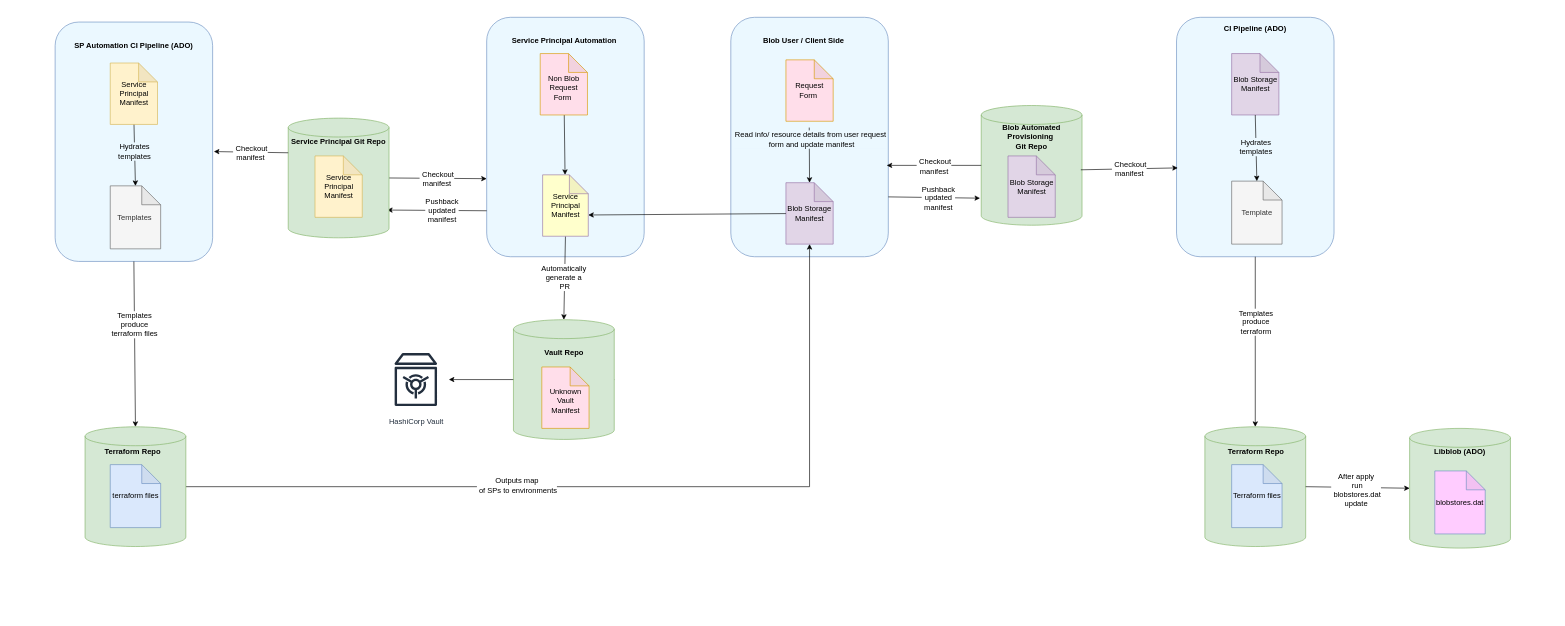
Before: Complete UX Diagram.drawio in brookewhite9/hello-world, a draw.io diagram. Source tidied: cells renumbered, new cells numbered last; positions are measured from the earlier drawing's top-left corner, leaving out a move shared by most shapes. Both pictures are drawn from the tidied source at 63%, with x=0, y=0 at pixel (11, 11).
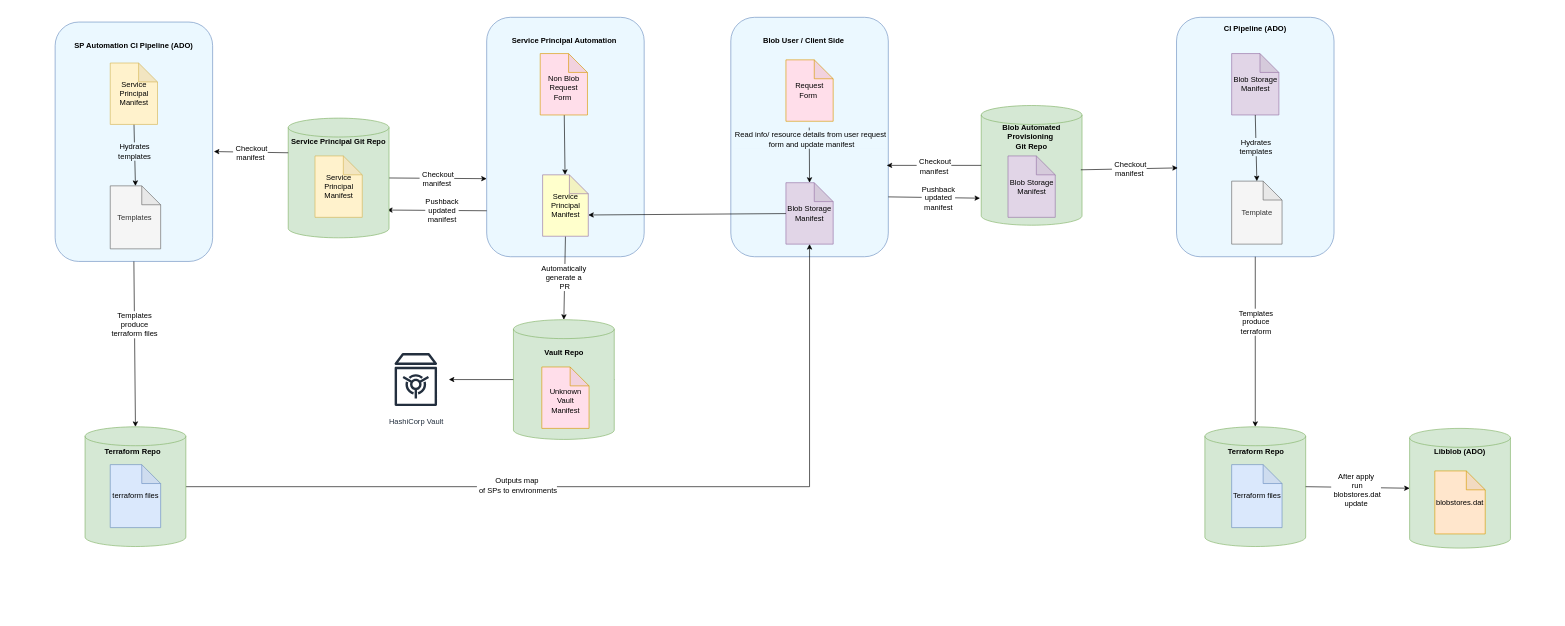
After the change.

Diff of the diagram source:
```diff
@@
-    <mxCell id="63" value="blobstores.dat" style="shape=note;whiteSpace=wrap;html=1;backgroundOutline=1;darkOpacity=0.05;fillColor=#FFCCFF;strokeColor=#6c8ebf;fontSize=12;" parent="1" vertex="1">
+    <mxCell id="63" value="blobstores.dat" style="shape=note;whiteSpace=wrap;html=1;backgroundOutline=1;darkOpacity=0.05;fillColor=#ffe6cc;strokeColor=#d79b00;fontSize=12;" parent="1" vertex="1">
       <mxGeometry x="2260" y="730" width="80" height="100" as="geometry" />
     </mxCell>
```
